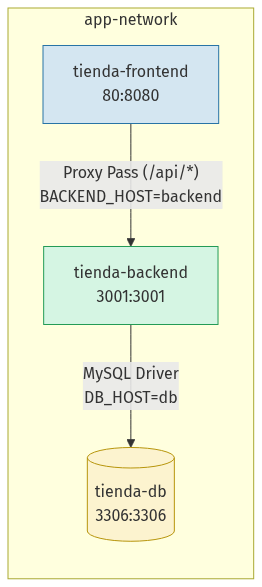
jeffplop/test_aws_grav keeps this Mermaid diagram as Entrega-Final-EP2/evidencias/diagramas/3-comunicacion-red.png. Above is the earlier version. Its source is kept beside it as Entrega-Final-EP2/evidencias/diagramas/3-comunicacion-red.mmd. Its diagram source:
```mermaid
graph LR
    subgraph Docker Bridge Network [app-network]
        Front[tienda-frontend<br/>80:8080]
        Back[tienda-backend<br/>3001:3001]
        DB[(tienda-db<br/>3306:3306)]

        Front -- "Proxy Pass (/api/*)<br/>BACKEND_HOST=backend" --> Back
        Back -- "MySQL Driver<br/>DB_HOST=db" --> DB
    end

    style Front fill:#D4E6F1,stroke:#2874A6
    style Back fill:#D5F5E3,stroke:#239B56
    style DB fill:#FCF3CF,stroke:#B7950B
```
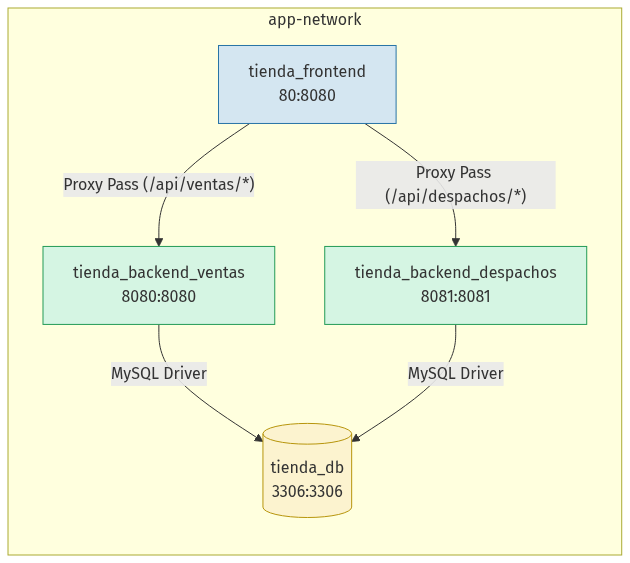
Later version of the same file.

What changed in the source:
```diff
@@ -1,13 +1,17 @@
 graph LR
     subgraph Docker Bridge Network [app-network]
-        Front[tienda-frontend<br/>80:8080]
-        Back[tienda-backend<br/>3001:3001]
-        DB[(tienda-db<br/>3306:3306)]
+        Front[tienda_frontend<br/>80:8080]
+        Ventas[tienda_backend_ventas<br/>8080:8080]
+        Despachos[tienda_backend_despachos<br/>8081:8081]
+        DB[(tienda_db<br/>3306:3306)]
 
-        Front -- "Proxy Pass (/api/*)<br/>BACKEND_HOST=backend" --> Back
-        Back -- "MySQL Driver<br/>DB_HOST=db" --> DB
+        Front -- "Proxy Pass (/api/ventas/*)" --> Ventas
+        Front -- "Proxy Pass (/api/despachos/*)" --> Despachos
+        Ventas -- "MySQL Driver" --> DB
+        Despachos -- "MySQL Driver" --> DB
     end
 
     style Front fill:#D4E6F1,stroke:#2874A6
-    style Back fill:#D5F5E3,stroke:#239B56
+    style Ventas fill:#D5F5E3,stroke:#239B56
+    style Despachos fill:#D5F5E3,stroke:#239B56
     style DB fill:#FCF3CF,stroke:#B7950B
```
